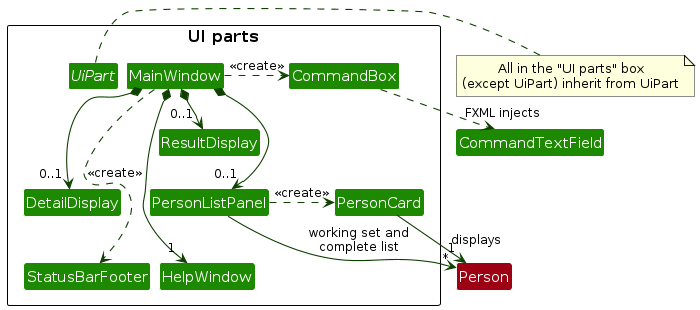
AY2627S1-CS2103T-T16-2/tp keeps this PlantUML diagram as diagrams/UiPartsClassDiagram.png. Above is the earlier version. Its source is kept beside it as diagrams/UiPartsClassDiagram.puml.
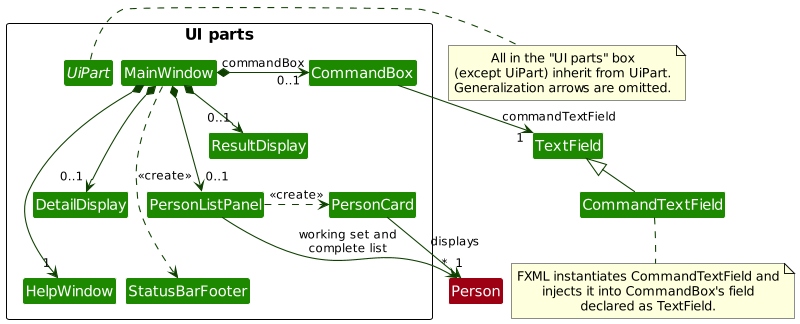
The same diagram one commit later.

Change to the diagram source:
```diff
@@ -24,20 +24,33 @@
 }
 
 class CommandTextField
+class TextField
 class Person #9D0012
 
 MainWindow *-down-> "1" HelpWindow
 MainWindow *-down-> "0..1" PersonListPanel
 MainWindow *-down-> "0..1" DetailDisplay
 MainWindow *-down-> "0..1" ResultDisplay
-MainWindow ..> CommandBox : <<create>>
+MainWindow *-right-> "0..1" CommandBox : commandBox
 MainWindow ..> StatusBarFooter : <<create>>
-CommandBox ..> CommandTextField : FXML injects
+CommandBox -down-> "1" TextField : commandTextField
+CommandTextField -up-|> TextField
 
-note right of UiPart
+note as FieldInjectionNote
+FXML instantiates CommandTextField and
+injects it into CommandBox's field
+declared as TextField.
+end note
+CommandTextField -[hidden]down- FieldInjectionNote
+CommandTextField .. FieldInjectionNote
+
+note as UiPartInheritanceNote
 All in the "UI parts" box
-(except UiPart) inherit from UiPart
+(except UiPart) inherit from UiPart.
+Generalization arrows are omitted.
 end note
+UiPart -[hidden]right- UiPartInheritanceNote
+UiPart .. UiPartInheritanceNote
 
 
 PersonListPanel ..> PersonCard : <<create>>
```
